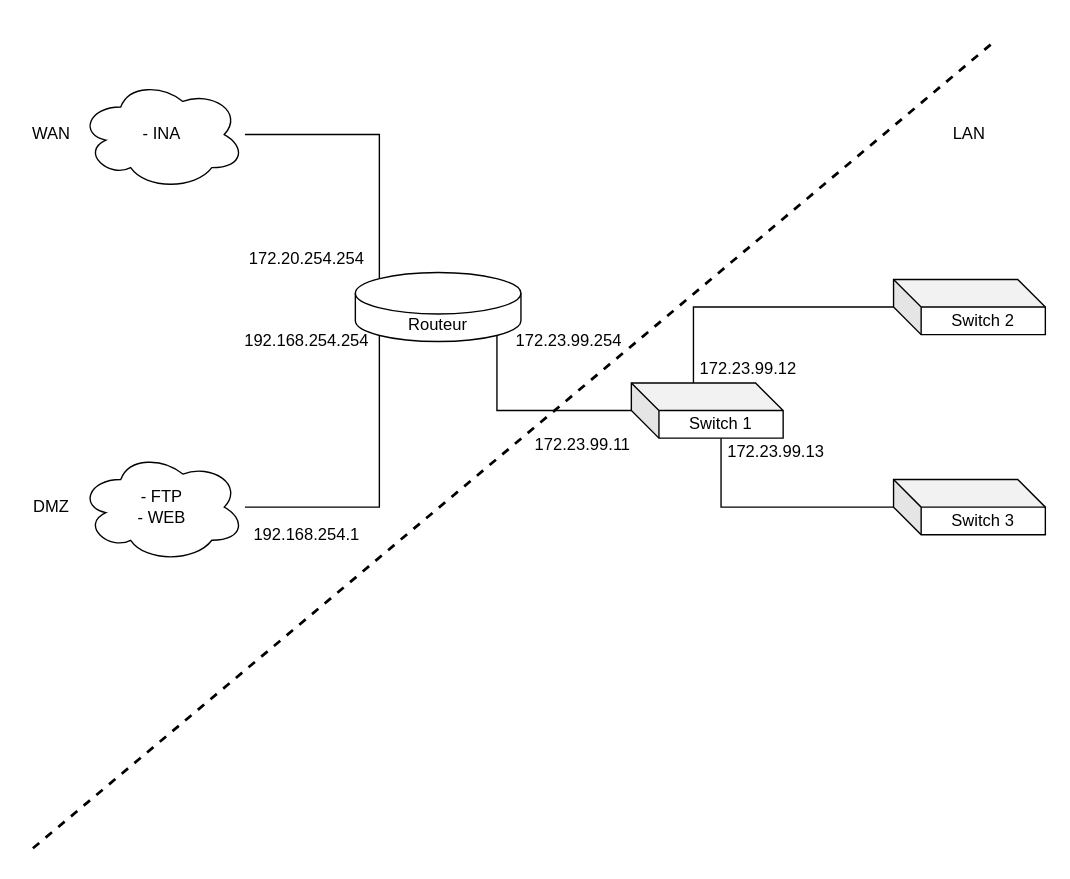
jjjulllesss/chainemedia keeps this draw.io diagram as page "Version 1" (1 of 2) of pédiluvre.drawio. Above is the earlier version. Source tidied: cells renumbered, new cells numbered last; positions are measured from the earlier drawing's top-left corner, leaving out a move shared by most shapes. Both pictures are drawn from the tidied source at 138%, with x=0, y=0 at pixel (-115, 79).
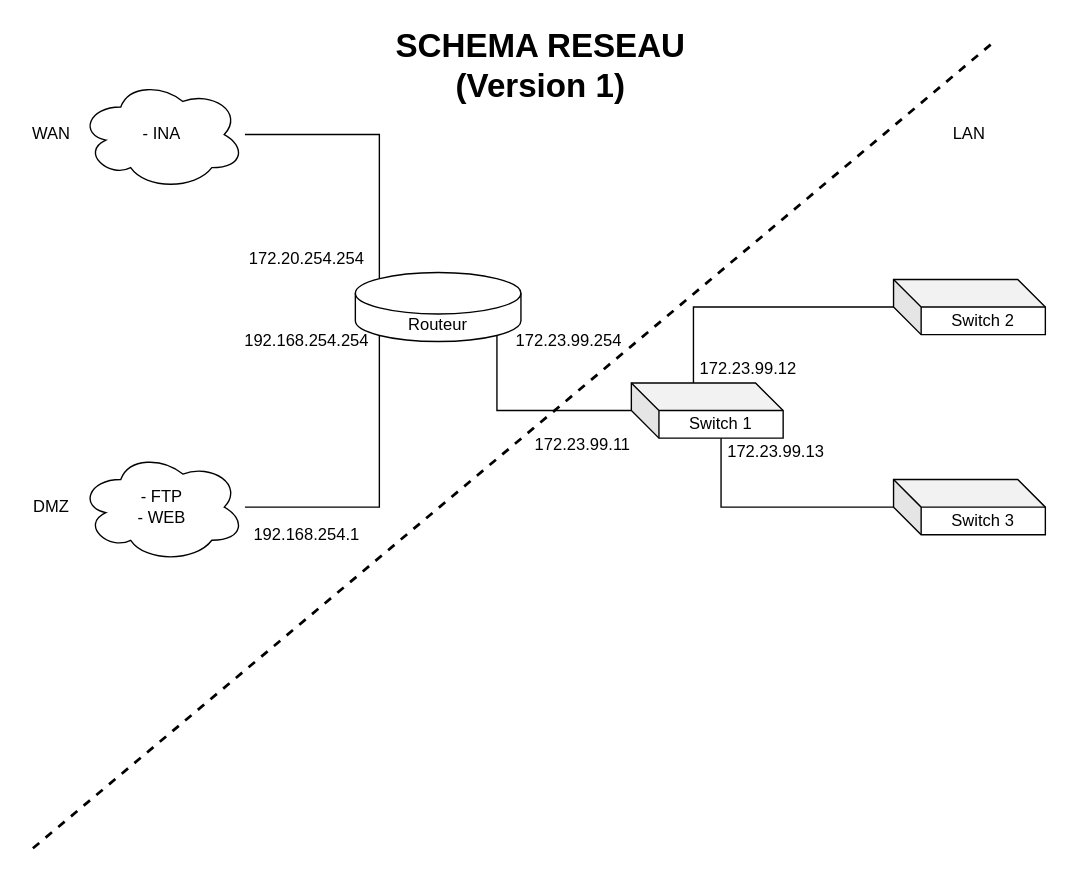
The same page after the edit.

Commit message:
modifs schema reseau

The edit, as a diff of the source:
```diff
@@
+    <mxCell id="24" value="SCHEMA RESEAU &lt;br&gt;(Version 1)" style="text;strokeColor=none;fillColor=none;html=1;fontSize=24;fontStyle=1;verticalAlign=middle;align=center;dashed=1;" parent="1" vertex="1">
+      <mxGeometry x="299" y="-40" width="350" height="60" as="geometry" />
+    </mxCell>
```
